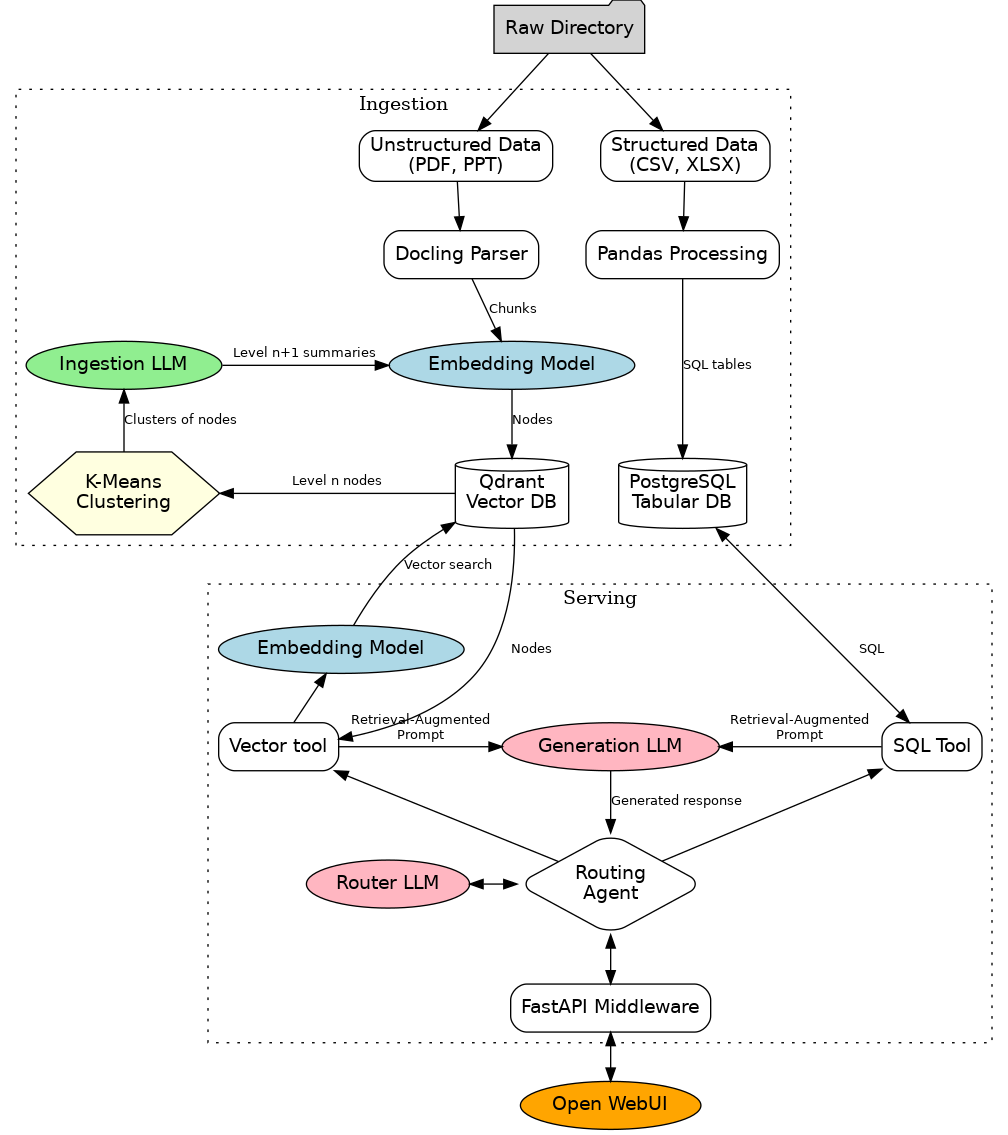
Earlier version of the Graphviz export angol-architecture.png (QRB-Labs/angol). Its source is kept beside it as angol-architecture.dot.
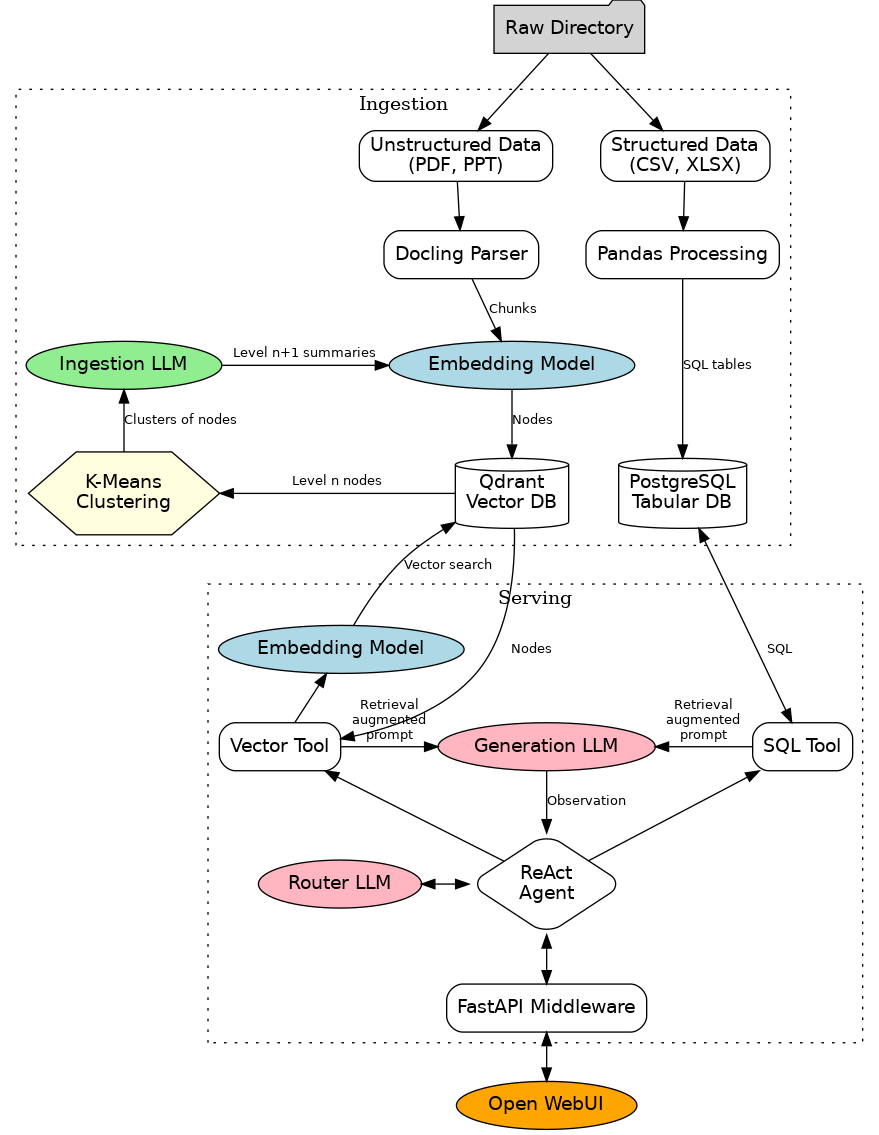
After the change.

Commit message:
docs: align architecture docs and API with ReAct Agent workflow

Diff of the diagram source:
```diff
@@ -1,4 +1,4 @@
-digraph AngolEnterpriseAI {
+digraph Angol {
     rankdir=TB;
     node [fontname="Helvetica", shape=box, style=rounded];
     edge [fontname="Helvetica", fontsize=10];
@@ -46,12 +46,12 @@
 	{
 	    rank=same;
 	    RouterLLM [label="Router LLM", shape=ellipse, style=filled, fillcolor=lightpink];
-	    Router [label="Routing\nAgent", shape=diamond];
+	    Router [label="ReAct\nAgent", shape=diamond];
 	}
 
 	{
 	    rank=same;
-	    VectorTool [label="Vector tool"];
+	    VectorTool [label="Vector Tool"];
 	    GenLLM [label="Generation LLM", shape=ellipse, style=filled, fillcolor=lightpink];
     	    SQLTool [label="SQL Tool"];
 	}
@@ -88,11 +88,11 @@
      SQLTool -> Router [dir=back];
 
     RouterLLM -> Router [dir=both];
-    VectorTool -> GenLLM [dir=forward, weight=10, label="Retrieval-Augmented\nPrompt"];
-    GenLLM -> SQLTool [dir=back, weight=10, label="Retrieval-Augmented\nPrompt"];
+    VectorTool -> GenLLM [dir=forward, weight=10, label="Retrieval\naugmented\nprompt"];
+    GenLLM -> SQLTool [dir=back, weight=10, label="Retrieval\naugmented\nprompt"];
 
     Router -> FastAPI [dir=both, weight=10];
-    GenLLM -> Router [dir=forward, weight=10, label="Generated response"];
+    GenLLM -> Router [dir=forward, weight=10, label="Observation"];
 
     FastAPI -> UserQuery [dir=both, weight=10]
 }
```
